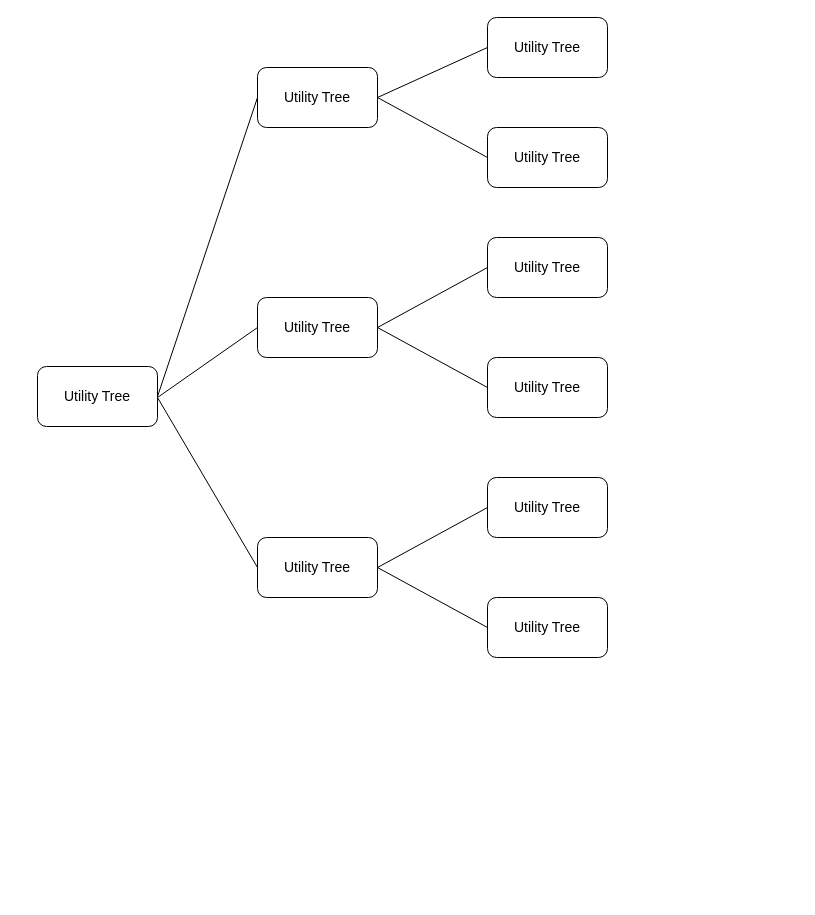
Earlier version of the draw.io diagram Utility Tree.drawio (AndyC00/Diagrams). Source tidied: cells renumbered, new cells numbered last; positions are measured from the earlier drawing's top-left corner, leaving out a move shared by most shapes. Both pictures are drawn from the tidied source at 100%, with x=0, y=0 at pixel (37, 17).
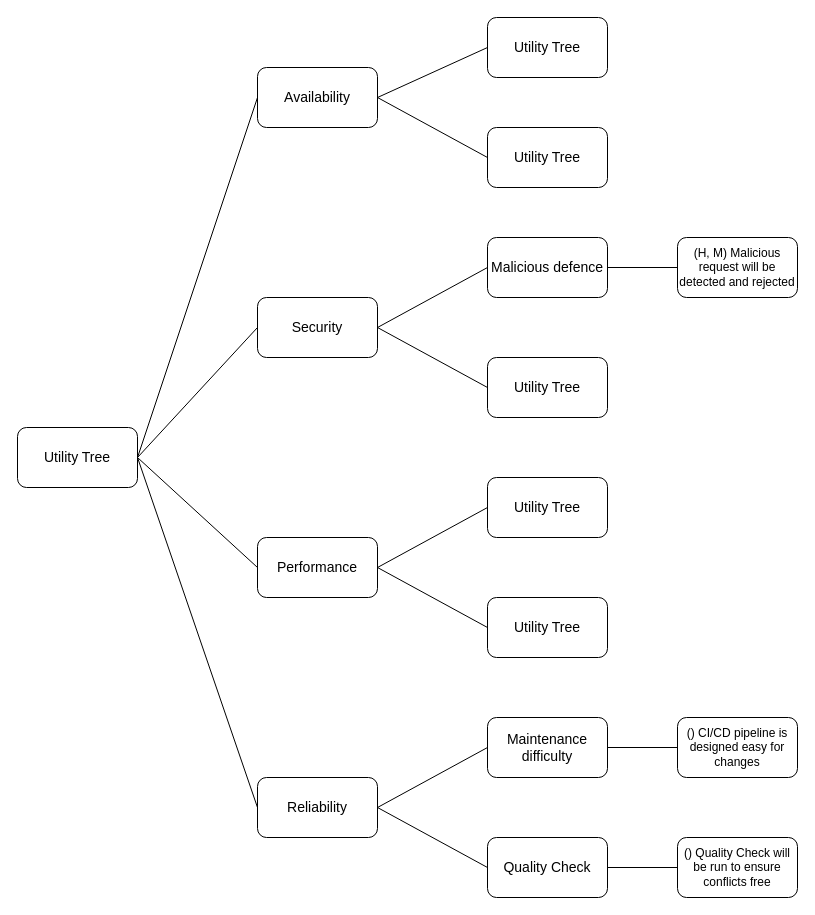
The same page after the edit.

Diff of the diagram source:
```diff
@@
     <mxCell id="2" value="&lt;font style=&quot;font-size: 14px;&quot;&gt;Utility Tree&lt;/font&gt;" style="rounded=1;whiteSpace=wrap;html=1;" parent="1" vertex="1">
-      <mxGeometry y="349" width="120" height="60" as="geometry" />
+      <mxGeometry x="-20" y="410" width="120" height="60" as="geometry" />
     </mxCell>
-    <mxCell id="3" value="&lt;font style=&quot;font-size: 14px;&quot;&gt;Utility Tree&lt;/font&gt;" style="rounded=1;whiteSpace=wrap;html=1;" parent="1" vertex="1">
+    <mxCell id="3" value="&lt;font style=&quot;font-size: 14px;&quot;&gt;Availability&lt;/font&gt;" style="rounded=1;whiteSpace=wrap;html=1;" parent="1" vertex="1">
       <mxGeometry x="220" y="50" width="120" height="60" as="geometry" />
     </mxCell>
-    <mxCell id="4" value="&lt;font style=&quot;font-size: 14px;&quot;&gt;Utility Tree&lt;/font&gt;" style="rounded=1;whiteSpace=wrap;html=1;" parent="1" vertex="1">
+    <mxCell id="4" value="&lt;font style=&quot;font-size: 14px;&quot;&gt;Security&lt;/font&gt;" style="rounded=1;whiteSpace=wrap;html=1;" parent="1" vertex="1">
       <mxGeometry x="220" y="280" width="120" height="60" as="geometry" />
     </mxCell>
-    <mxCell id="5" value="&lt;font style=&quot;font-size: 14px;&quot;&gt;Utility Tree&lt;/font&gt;" style="rounded=1;whiteSpace=wrap;html=1;" parent="1" vertex="1">
+    <mxCell id="5" value="&lt;font style=&quot;font-size: 14px;&quot;&gt;Malicious defence&lt;/font&gt;" style="rounded=1;whiteSpace=wrap;html=1;" parent="1" vertex="1">
       <mxGeometry x="450" y="220" width="120" height="60" as="geometry" />
     </mxCell>
@@
-    <mxCell id="7" value="&lt;font style=&quot;font-size: 14px;&quot;&gt;Utility Tree&lt;/font&gt;" style="rounded=1;whiteSpace=wrap;html=1;" parent="1" vertex="1">
+    <mxCell id="7" value="&lt;font style=&quot;font-size: 14px;&quot;&gt;Performance&lt;/font&gt;" style="rounded=1;whiteSpace=wrap;html=1;" parent="1" vertex="1">
       <mxGeometry x="220" y="520" width="120" height="60" as="geometry" />
     </mxCell>
@@
-    <mxCell id="13" style="endArrow=none;html=1;rounded=0;entryX=0;entryY=0.5;entryDx=0;entryDy=0;" parent="1" edge="1" target="4">
-      <mxGeometry relative="1" as="geometry">
-        <mxPoint x="120" y="380" as="sourcePoint" />
-      </mxGeometry>
+    <mxCell id="13" style="endArrow=none;html=1;rounded=0;entryX=0;entryY=0.5;entryDx=0;entryDy=0;exitX=1;exitY=0.5;exitDx=0;exitDy=0;" parent="1" edge="1" source="2" target="4">
+      <mxGeometry relative="1" as="geometry" />
     </mxCell>
-    <mxCell id="14" style="endArrow=none;html=1;rounded=0;entryX=0;entryY=0.5;entryDx=0;entryDy=0;" parent="1" edge="1" target="7">
-      <mxGeometry relative="1" as="geometry">
-        <mxPoint x="120" y="380" as="sourcePoint" />
-      </mxGeometry>
+    <mxCell id="14" style="endArrow=none;html=1;rounded=0;entryX=0;entryY=0.5;entryDx=0;entryDy=0;exitX=1;exitY=0.5;exitDx=0;exitDy=0;" parent="1" edge="1" source="2" target="7">
+      <mxGeometry relative="1" as="geometry" />
     </mxCell>
@@
+    <mxCell id="21" value="&lt;font style=&quot;font-size: 14px;&quot;&gt;Reliability&lt;/font&gt;" style="rounded=1;whiteSpace=wrap;html=1;" parent="1" vertex="1">
+      <mxGeometry x="220" y="760" width="120" height="60" as="geometry" />
+    </mxCell>
+    <mxCell id="22" style="endArrow=none;html=1;rounded=0;entryX=0;entryY=0.5;entryDx=0;entryDy=0;exitX=1;exitY=0.5;exitDx=0;exitDy=0;" parent="1" edge="1" source="2" target="21">
+      <mxGeometry relative="1" as="geometry" />
+    </mxCell>
+    <mxCell id="23" value="&lt;font style=&quot;font-size: 14px;&quot;&gt;Quality Check&lt;/font&gt;" style="rounded=1;whiteSpace=wrap;html=1;" parent="1" vertex="1">
+      <mxGeometry x="450" y="820" width="120" height="60" as="geometry" />
+    </mxCell>
+    <mxCell id="24" style="endArrow=none;html=1;rounded=0;exitX=1;exitY=0.5;exitDx=0;exitDy=0;entryX=0;entryY=0.5;entryDx=0;entryDy=0;" parent="1" edge="1" target="23">
+      <mxGeometry relative="1" as="geometry">
+        <mxPoint x="340" y="790" as="sourcePoint" />
+      </mxGeometry>
+    </mxCell>
+    <mxCell id="25" style="endArrow=none;html=1;rounded=0;exitX=1;exitY=0.5;exitDx=0;exitDy=0;entryX=0;entryY=0.5;entryDx=0;entryDy=0;" parent="1" edge="1" target="26">
+      <mxGeometry relative="1" as="geometry">
+        <mxPoint x="340" y="790" as="sourcePoint" />
+      </mxGeometry>
+    </mxCell>
+    <mxCell id="26" value="&lt;font style=&quot;font-size: 14px;&quot;&gt;Maintenance difficulty&lt;/font&gt;" style="rounded=1;whiteSpace=wrap;html=1;" parent="1" vertex="1">
+      <mxGeometry x="450" y="700" width="120" height="60" as="geometry" />
+    </mxCell>
+    <mxCell id="27" style="endArrow=none;html=1;rounded=0;exitX=1;exitY=0.5;exitDx=0;exitDy=0;" parent="1" edge="1" source="26">
+      <mxGeometry relative="1" as="geometry">
+        <mxPoint x="640" y="730" as="targetPoint" />
+      </mxGeometry>
+    </mxCell>
+    <mxCell id="28" value="() CI/CD pipeline is designed easy for changes" style="rounded=1;whiteSpace=wrap;html=1;" parent="1" vertex="1">
+      <mxGeometry x="640" y="700" width="120" height="60" as="geometry" />
+    </mxCell>
+    <mxCell id="29" value="() Quality Check will be run to ensure conflicts free" style="rounded=1;whiteSpace=wrap;html=1;" parent="1" vertex="1">
+      <mxGeometry x="640" y="820" width="120" height="60" as="geometry" />
+    </mxCell>
+    <mxCell id="30" style="endArrow=none;html=1;rounded=0;exitX=1;exitY=0.5;exitDx=0;exitDy=0;" parent="1" edge="1">
+      <mxGeometry relative="1" as="geometry">
+        <mxPoint x="570" y="850" as="sourcePoint" />
+        <mxPoint x="640" y="850" as="targetPoint" />
+      </mxGeometry>
+    </mxCell>
+    <mxCell id="31" value="(H, M) Malicious request will be detected and rejected" style="rounded=1;whiteSpace=wrap;html=1;" parent="1" vertex="1">
+      <mxGeometry x="640" y="220" width="120" height="60" as="geometry" />
+    </mxCell>
+    <mxCell id="32" style="endArrow=none;html=1;rounded=0;exitX=1;exitY=0.5;exitDx=0;exitDy=0;" parent="1" edge="1">
+      <mxGeometry relative="1" as="geometry">
+        <mxPoint x="570" y="250" as="sourcePoint" />
+        <mxPoint x="640" y="250" as="targetPoint" />
+      </mxGeometry>
+    </mxCell>
```
